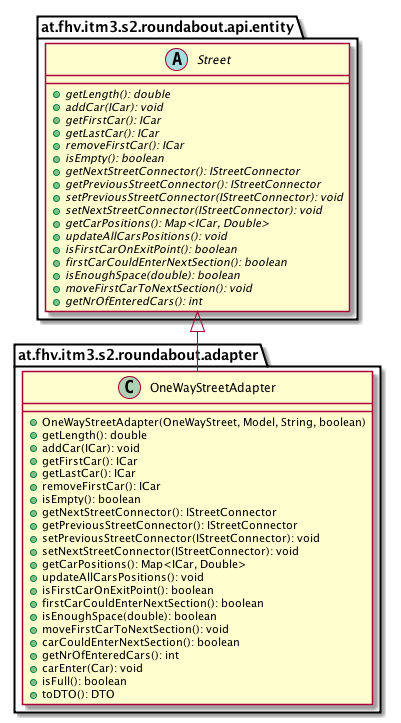
Earlier version of the PlantUML export images/uml-class/at.fhv.itm3.s2.roundabout.adapter.package.png (sereGkaluv/Roundabout-Simulation-Library).
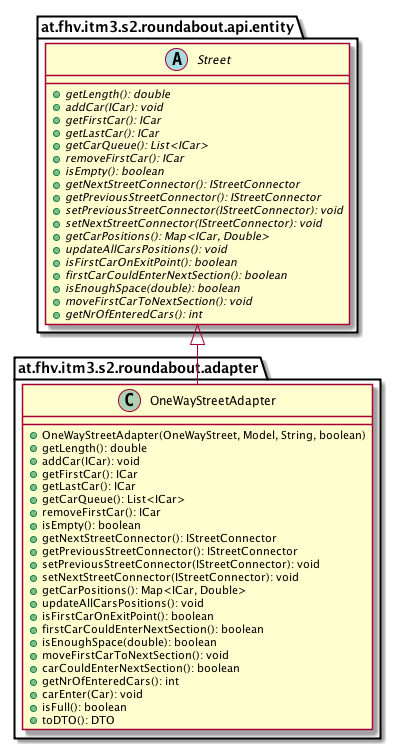
After the commit.

Diff of the diagram source:
```diff
@@ -8,6 +8,7 @@
             +addCar(ICar): void
             +getFirstCar(): ICar
             +getLastCar(): ICar
+            +getCarQueue(): List<ICar>
             +removeFirstCar(): ICar
             +isEmpty(): boolean
             +getNextStreetConnector(): IStreetConnector
@@ -32,6 +33,7 @@
             {abstract} +addCar(ICar): void
             {abstract} +getFirstCar(): ICar
             {abstract} +getLastCar(): ICar
+            {abstract} +getCarQueue(): List<ICar>
             {abstract} +removeFirstCar(): ICar
             {abstract} +isEmpty(): boolean
             {abstract} +getNextStreetConnector(): IStreetConnector
```
